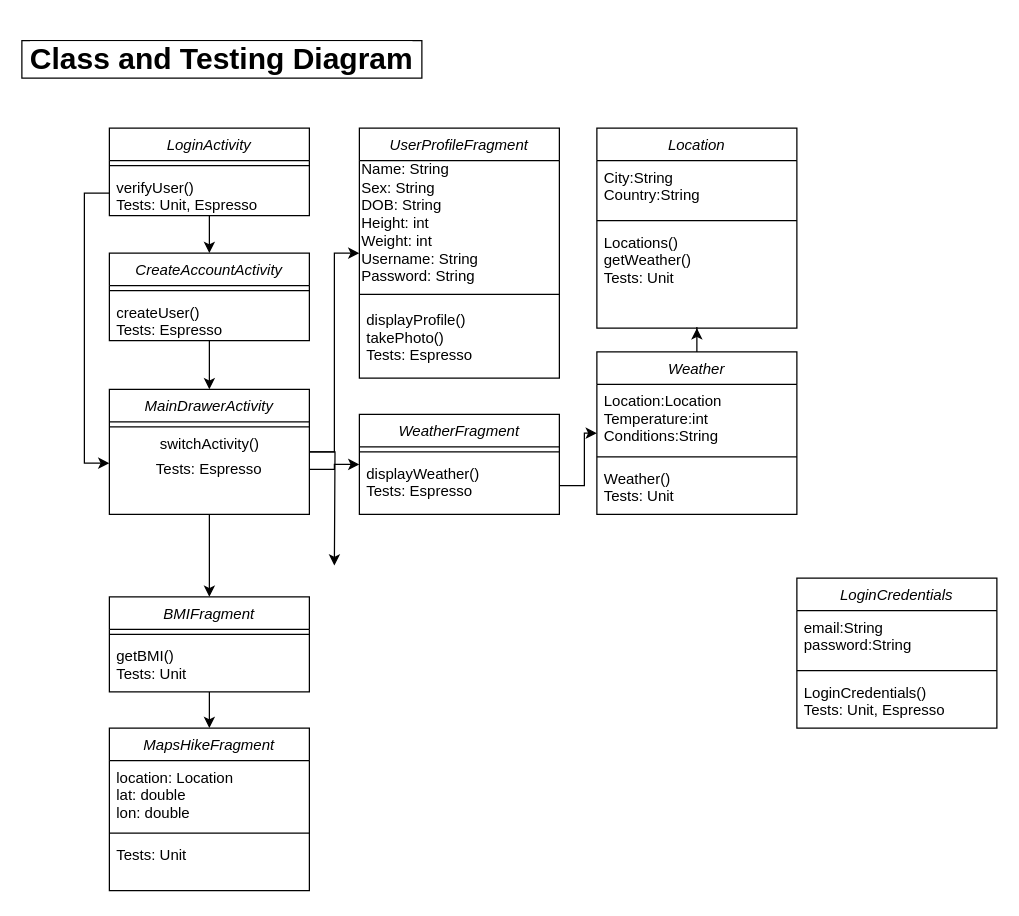
This is ClassDiagrams/ClassDiagramProject1.drawio from austincunliffe/AustinEvanWill, a draw.io file, before an edit. Source tidied: cells renumbered, new cells numbered last; positions are measured from the earlier drawing's top-left corner, leaving out a move shared by most shapes. Both pictures are drawn from the tidied source at 125%, with x=0, y=0 at pixel (21, 40).
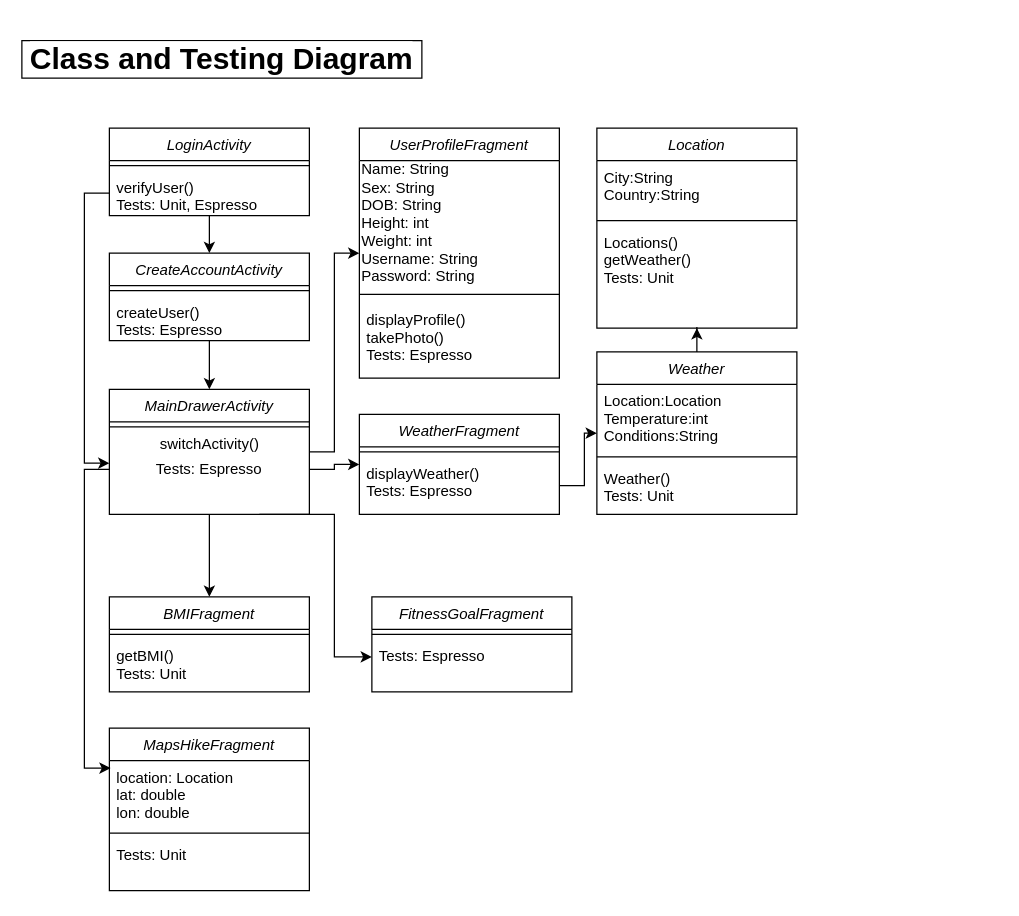
The same diagram, later.

Commit message:
Updated with fitness goal fragment.

The change refers to these unchanged cells:
```xml
<mxCell id="33" value="MainDrawerActivity" style="swimlane;fontStyle=2;align=center;verticalAlign=top;horizontal=1;startSize=26;rounded=0;shadow=0;strokeWidth=1;" parent="1" vertex="1">
  <mxGeometry x="70" y="279" width="160" height="100" as="geometry" />
</mxCell>
<mxCell id="36" value="Tests: Espresso" style="text;html=1;strokeColor=none;fillColor=none;align=center;verticalAlign=middle;whiteSpace=wrap;rounded=0;" parent="33" vertex="1">
  <mxGeometry y="54" width="160" height="20" as="geometry" />
</mxCell>
<mxCell id="42" value="BMIFragment" style="swimlane;fontStyle=2;align=center;verticalAlign=top;horizontal=1;startSize=26;rounded=0;shadow=0;strokeWidth=1;" parent="1" vertex="1">
  <mxGeometry x="70" y="445" width="160" height="76" as="geometry" />
</mxCell>
<mxCell id="45" value="MapsHikeFragment" style="swimlane;fontStyle=2;align=center;verticalAlign=top;horizontal=1;startSize=26;rounded=0;shadow=0;strokeWidth=1;" parent="1" vertex="1">
  <mxGeometry x="70" y="550" width="160" height="130" as="geometry" />
</mxCell>
<mxCell id="46" value="location: Location&#10;lat: double&#10;lon: double" style="text;align=left;verticalAlign=top;spacingLeft=4;spacingRight=4;overflow=hidden;points=[[0,0.5],[1,0.5]];portConstraint=eastwest;rounded=0;shadow=0;html=0;" parent="45" vertex="1">
  <mxGeometry y="26" width="160" height="54" as="geometry" />
</mxCell>
```

The edit, as a diff of the source:
```diff
@@
-    <mxCell id="32" style="edgeStyle=orthogonalEdgeStyle;rounded=0;jettySize=auto;html=1;" parent="1" edge="1" source="33">
-      <mxGeometry relative="1" as="geometry">
-        <mxPoint x="250" y="420" as="targetPoint" />
-      </mxGeometry>
-    </mxCell>
+    <mxCell id="49" style="edgeStyle=orthogonalEdgeStyle;rounded=0;jettySize=auto;html=1;exitX=0.75;exitY=1;exitDx=0;exitDy=0;entryX=0;entryY=0.5;entryDx=0;entryDy=0;" parent="1" edge="1" source="33">
+      <mxGeometry relative="1" as="geometry">
+        <mxPoint x="280" y="493" as="targetPoint" />
+        <Array as="points">
+          <mxPoint x="250" y="379" />
+          <mxPoint x="250" y="493" />
+        </Array>
+      </mxGeometry>
+    </mxCell>
@@
-    <mxCell id="37" value="LoginCredentials" style="swimlane;fontStyle=2;align=center;verticalAlign=top;horizontal=1;startSize=26;rounded=0;shadow=0;strokeWidth=1;" parent="1" vertex="1">
-      <mxGeometry x="620" y="430" width="160" height="120" as="geometry" />
-    </mxCell>
-    <mxCell id="38" value="email:String&#10;password:String" style="text;align=left;verticalAlign=top;spacingLeft=4;spacingRight=4;overflow=hidden;rounded=0;shadow=0;html=0;" parent="37" vertex="1">
-      <mxGeometry y="26" width="160" height="44" as="geometry" />
-    </mxCell>
-    <mxCell id="39" style="line;html=1;strokeWidth=1;align=left;verticalAlign=middle;spacingTop=-1;spacingLeft=3;spacingRight=3;labelPosition=right;" parent="37" vertex="1">
-      <mxGeometry y="70" width="160" height="8" as="geometry" />
-    </mxCell>
-    <mxCell id="40" value="LoginCredentials()&#10;Tests: Unit, Espresso" style="text;align=left;verticalAlign=top;spacingLeft=4;spacingRight=4;overflow=hidden;" parent="37" vertex="1">
-      <mxGeometry y="78" width="160" height="42" as="geometry" />
-    </mxCell>
-    <mxCell id="41" style="edgeStyle=orthogonalEdgeStyle;rounded=0;jettySize=auto;html=1;entryX=0.5;entryY=0;entryDx=0;entryDy=0;" parent="1" edge="1" source="42" target="45">
-      <mxGeometry relative="1" as="geometry" />
-    </mxCell>
@@
+    <mxCell id="50" style="edgeStyle=orthogonalEdgeStyle;rounded=0;jettySize=auto;html=1;entryX=0.006;entryY=0.111;entryDx=0;entryDy=0;entryPerimeter=0;" parent="1" edge="1" source="36" target="46">
+      <mxGeometry relative="1" as="geometry">
+        <Array as="points">
+          <mxPoint x="50" y="343" />
+          <mxPoint x="50" y="582" />
+        </Array>
+      </mxGeometry>
+    </mxCell>
+    <mxCell id="51" value="FitnessGoalFragment" style="swimlane;fontStyle=2;align=center;verticalAlign=top;horizontal=1;startSize=26;rounded=0;shadow=0;strokeWidth=1;" parent="1" vertex="1">
+      <mxGeometry x="280" y="445" width="160" height="76" as="geometry" />
+    </mxCell>
+    <mxCell id="52" style="line;html=1;strokeWidth=1;align=left;verticalAlign=middle;spacingTop=-1;spacingLeft=3;spacingRight=3;labelPosition=right;" parent="51" vertex="1">
+      <mxGeometry y="26" width="160" height="8" as="geometry" />
+    </mxCell>
+    <mxCell id="53" value="Tests: Espresso" style="text;align=left;verticalAlign=top;spacingLeft=4;spacingRight=4;overflow=hidden;" parent="51" vertex="1">
+      <mxGeometry y="34" width="160" height="42" as="geometry" />
+    </mxCell>
```
